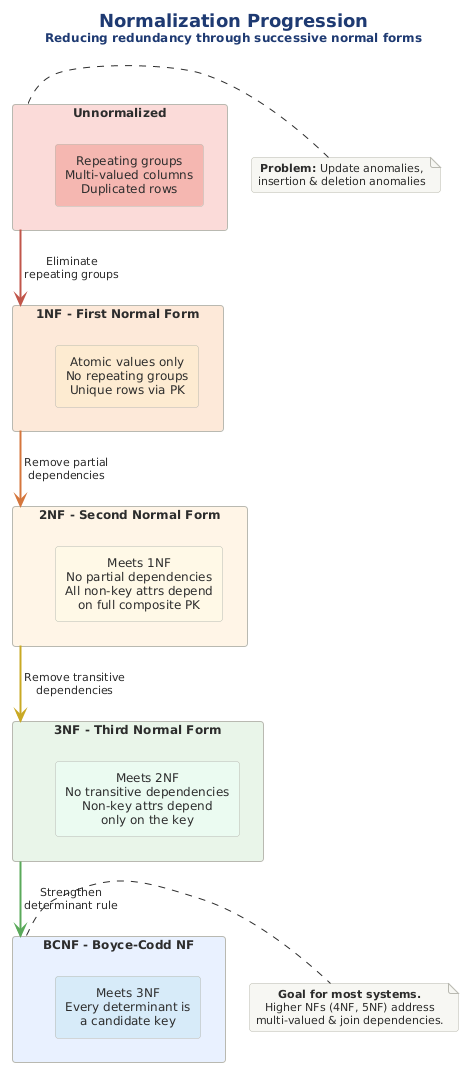
Earlier version of the PlantUML export src/architecture/views-and-beyond/style-catalogs/module/data-model-style/png/06-normalization-progression.png (Notoriousjayy/latex-docs).
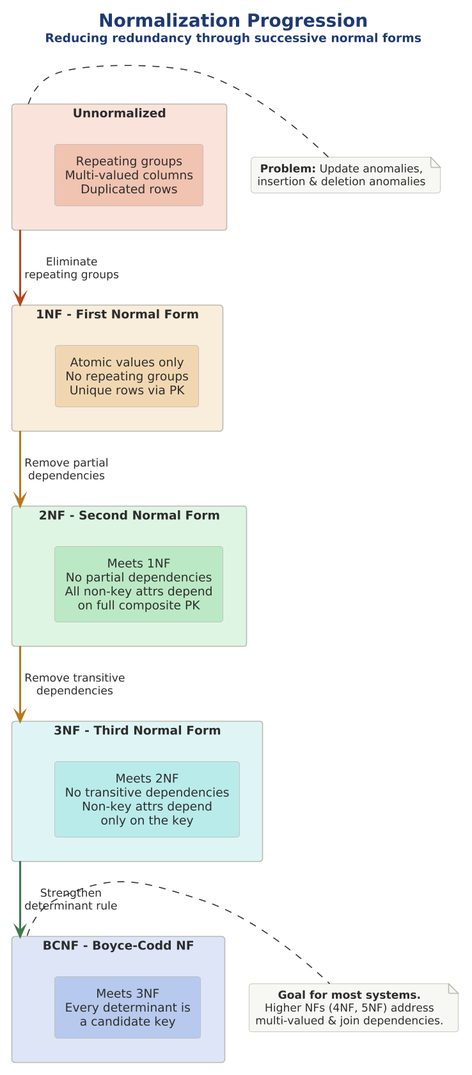
Later version of the same file.

What changed in the source:
```diff
@@ -1,38 +1,43 @@
 @startuml 06-normalization-progression
+
+skinparam dpi 150
+
+
+
 !include ../../../../../../tooling/styles/plantuml/structural/component-diagram-style.iuml
 
-!define RED #C0564B
-!define ORANGE #D4763C
-!define YELLOW #C9A825
-!define GREEN #5BA85B
-!define BLUE #4A90D9
+!define RED $line_invalid
+!define ORANGE $line_caution
+!define YELLOW $line_caution
+!define GREEN $line_ok
+!define BLUE $line_primary
 
 title <size:18><b>Normalization Progression</b></size>\n<size:12>Reducing redundancy through successive normal forms</size>
 
-rectangle "**Unnormalized**" as UNF #FADBD8 {
-  rectangle "Repeating groups\nMulti-valued columns\nDuplicated rows" as u1 #F5B7B1
+rectangle "**Unnormalized**" as UNF $fill_invalid {
+  rectangle "Repeating groups\nMulti-valued columns\nDuplicated rows" as u1 $deep_invalid
 }
 
-rectangle "**1NF - First Normal Form**" as NF1 #FDE8D8 {
-  rectangle "Atomic values only\nNo repeating groups\nUnique rows via PK" as n1 #FDEBD0
+rectangle "**1NF - First Normal Form**" as NF1 $fill_caution {
+  rectangle "Atomic values only\nNo repeating groups\nUnique rows via PK" as n1 $deep_caution
 }
 
-rectangle "**2NF - Second Normal Form**" as NF2 #FEF5E7 {
-  rectangle "Meets 1NF\nNo partial dependencies\nAll non-key attrs depend\non full composite PK" as n2 #FEF9E7
+rectangle "**2NF - Second Normal Form**" as NF2 $fill_ok {
+  rectangle "Meets 1NF\nNo partial dependencies\nAll non-key attrs depend\non full composite PK" as n2 $deep_ok
 }
 
-rectangle "**3NF - Third Normal Form**" as NF3 #E8F5E8 {
-  rectangle "Meets 2NF\nNo transitive dependencies\nNon-key attrs depend\nonly on the key" as n3 #EAFAF1
+rectangle "**3NF - Third Normal Form**" as NF3 $fill_dynamic {
+  rectangle "Meets 2NF\nNo transitive dependencies\nNon-key attrs depend\nonly on the key" as n3 $deep_dynamic
 }
 
-rectangle "**BCNF - Boyce-Codd NF**" as BCNF #E8F0FE {
-  rectangle "Meets 3NF\nEvery determinant is\na candidate key" as bc1 #D6EAF8
+rectangle "**BCNF - Boyce-Codd NF**" as BCNF $fill_primary {
+  rectangle "Meets 3NF\nEvery determinant is\na candidate key" as bc1 $deep_primary
 }
 
-UNF -[#C0564B,bold]-> NF1 : " Eliminate\n repeating groups "
-NF1 -[#D4763C,bold]-> NF2 : " Remove partial\n dependencies "
-NF2 -[#C9A825,bold]-> NF3 : " Remove transitive\n dependencies "
-NF3 -[#5BA85B,bold]-> BCNF : " Strengthen\n determinant rule "
+UNF -[$line_invalid,bold]-> NF1 : " Eliminate\n repeating groups "
+NF1 -[$line_caution,bold]-> NF2 : " Remove partial\n dependencies "
+NF2 -[$line_caution,bold]-> NF3 : " Remove transitive\n dependencies "
+NF3 -[$line_ok,bold]-> BCNF : " Strengthen\n determinant rule "
 
 note right of UNF
   **Problem:** Update anomalies,
```
